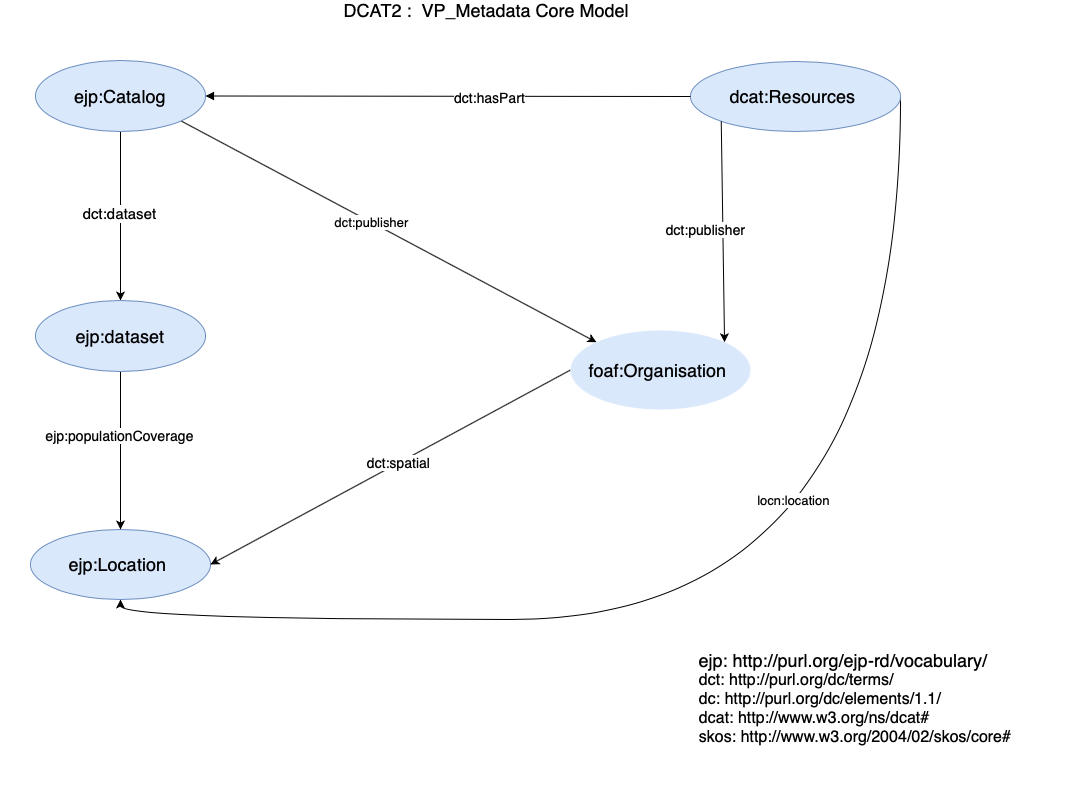
The draw.io diagram ejprd-vp_catalog_model/versions/ejprdVPMetadataSchema-1.0.0/docs/ejprdVPMetadataSchema-1.0.0_diagrams/VP_Model.png in ejp-rd-vp/resource-metadata-schema, before a commit. Source tidied: cells renumbered, new cells last; positions are measured from the earlier drawing's top-left corner, leaving out a move shared by most shapes.
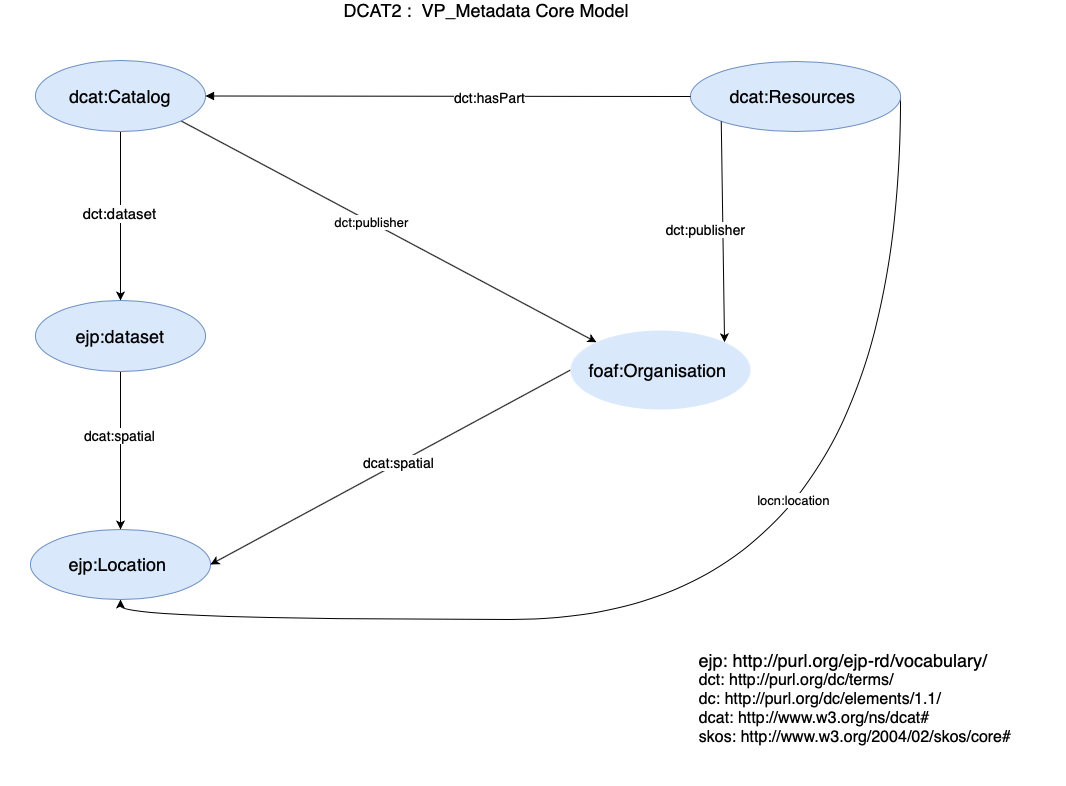
The same diagram one commit later.

The edit, as a diff of the source:
```diff
@@ -34,7 +34,7 @@
     <mxCell id="10" value="dct:publisher" style="edgeLabel;html=1;align=center;verticalAlign=middle;fontSize=13;" parent="9" vertex="1">
       <mxGeometry x="-0.09" relative="1" as="geometry" />
     </mxCell>
-    <mxCell id="11" value="&lt;span style=&quot;font-size: 18px&quot;&gt;ejp:Catalog&lt;/span&gt;" style="ellipse;whiteSpace=wrap;html=1;fillColor=#dae8fc;strokeColor=#6c8ebf;rounded=1;" parent="3" vertex="1">
+    <mxCell id="11" value="&lt;span style=&quot;font-size: 18px&quot;&gt;dcat:Catalog&lt;/span&gt;" style="ellipse;whiteSpace=wrap;html=1;fillColor=#dae8fc;strokeColor=#6c8ebf;rounded=1;" parent="3" vertex="1">
       <mxGeometry x="35" width="170" height="71" as="geometry" />
     </mxCell>
     <mxCell id="12" style="rounded=1;jettySize=auto;html=1;entryX=1;entryY=0.5;entryDx=0;entryDy=0;exitX=0;exitY=0.5;exitDx=0;exitDy=0;startArrow=none;startFill=0;endArrow=block;endFill=1;" parent="3" edge="1" source="6" target="11">
@@ -51,7 +51,7 @@
     <mxCell id="15" style="edgeStyle=none;rounded=1;jettySize=auto;html=1;entryX=0.5;entryY=0;entryDx=0;entryDy=0;exitX=0.5;exitY=1;exitDx=0;exitDy=0;" parent="3" edge="1" source="23" target="14">
       <mxGeometry relative="1" as="geometry" />
     </mxCell>
-    <mxCell id="16" value="&lt;font style=&quot;font-size: 14px&quot;&gt;ejp:populationCoverage&lt;/font&gt;" style="edgeLabel;html=1;align=center;verticalAlign=middle;" parent="15" vertex="1">
+    <mxCell id="16" value="&lt;font style=&quot;font-size: 14px&quot;&gt;dcat:spatial&lt;/font&gt;" style="edgeLabel;html=1;align=center;verticalAlign=middle;" parent="15" vertex="1">
       <mxGeometry x="-0.03" y="-3" relative="1" as="geometry">
         <mxPoint x="1" y="-12.5" as="offset" />
       </mxGeometry>
@@ -59,7 +59,7 @@
     <mxCell id="17" style="rounded=0;jettySize=auto;html=1;exitX=0;exitY=0.5;exitDx=0;exitDy=0;entryX=1;entryY=0.5;entryDx=0;entryDy=0;" parent="3" edge="1" source="19" target="14">
       <mxGeometry relative="1" as="geometry" />
     </mxCell>
-    <mxCell id="18" value="&lt;font style=&quot;font-size: 14px&quot;&gt;dct:spatial&lt;/font&gt;" style="edgeLabel;html=1;align=center;verticalAlign=middle;rounded=1;" parent="17" vertex="1">
+    <mxCell id="18" value="&lt;font style=&quot;font-size: 14px&quot;&gt;dcat:spatial&lt;/font&gt;" style="edgeLabel;html=1;align=center;verticalAlign=middle;rounded=1;" parent="17" vertex="1">
       <mxGeometry x="-0.05" relative="1" as="geometry">
         <mxPoint x="-2.9" y="0.6" as="offset" />
       </mxGeometry>
```
